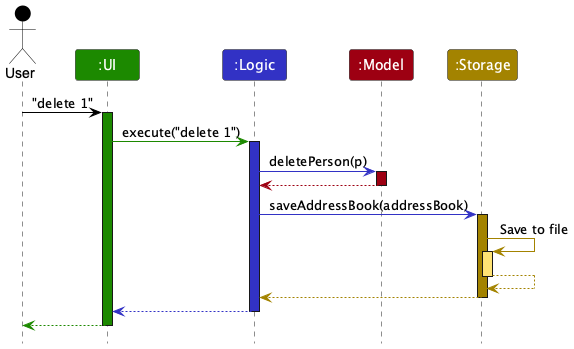
Above: docs/diagrams/ArchitectureSequenceDiagram.png in haobuhaoo/tp (PlantUML), before the change. Its diagram source:
```plantuml
@startuml
!include style.puml
skinparam ArrowFontStyle plain

Actor User as user USER_COLOR
Participant ":UI" as ui UI_COLOR
Participant ":Logic" as logic LOGIC_COLOR
Participant ":Model" as model MODEL_COLOR
Participant ":Storage" as storage STORAGE_COLOR

user -[USER_COLOR]> ui : "delete 1"
activate ui UI_COLOR

ui -[UI_COLOR]> logic : execute("delete 1")
activate logic LOGIC_COLOR

logic -[LOGIC_COLOR]> model : deletePerson(p)
activate model MODEL_COLOR

model -[MODEL_COLOR]-> logic
deactivate model

logic -[LOGIC_COLOR]> storage : saveAddressBook(addressBook)
activate storage STORAGE_COLOR

storage -[STORAGE_COLOR]> storage : Save to file
activate storage STORAGE_COLOR_T1
storage --[STORAGE_COLOR]> storage
deactivate storage

storage --[STORAGE_COLOR]> logic
deactivate storage

logic --[LOGIC_COLOR]> ui
deactivate logic

ui--[UI_COLOR]> user
deactivate ui
@enduml
```
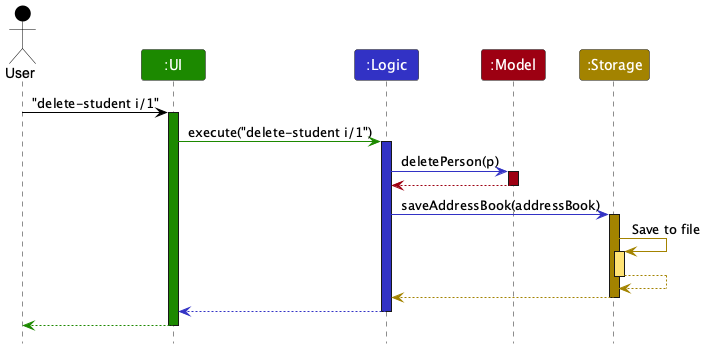
After the change.

Change to the diagram source:
```diff
@@ -8,10 +8,10 @@
 Participant ":Model" as model MODEL_COLOR
 Participant ":Storage" as storage STORAGE_COLOR
 
-user -[USER_COLOR]> ui : "delete 1"
+user -[USER_COLOR]> ui : "delete-student i/1"
 activate ui UI_COLOR
 
-ui -[UI_COLOR]> logic : execute("delete 1")
+ui -[UI_COLOR]> logic : execute("delete-student i/1")
 activate logic LOGIC_COLOR
 
 logic -[LOGIC_COLOR]> model : deletePerson(p)
```
